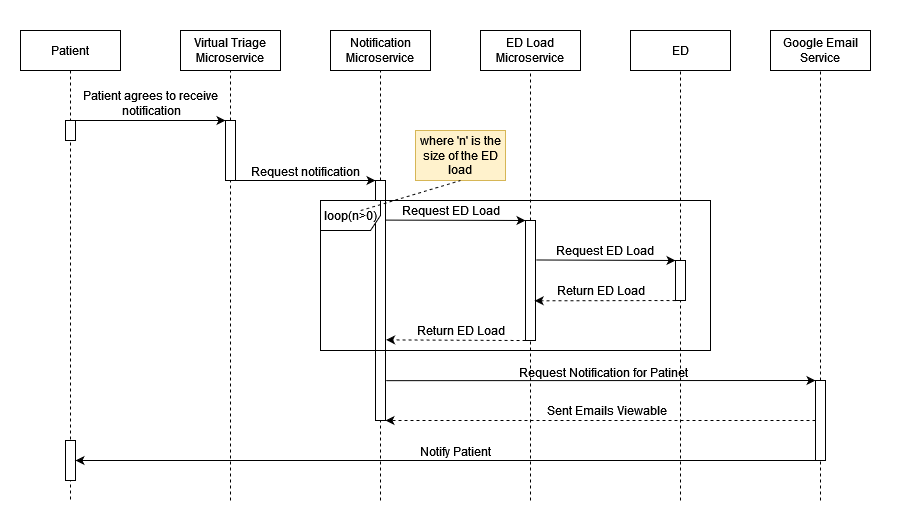
Earlier version of the draw.io export Assets/PatientNotificationSequenceDiagram.drawio.png (uvic-teach/project-m1-team9). Source tidied: cells renumbered, new cells last; positions are measured from the earlier drawing's top-left corner, leaving out a move shared by most shapes.
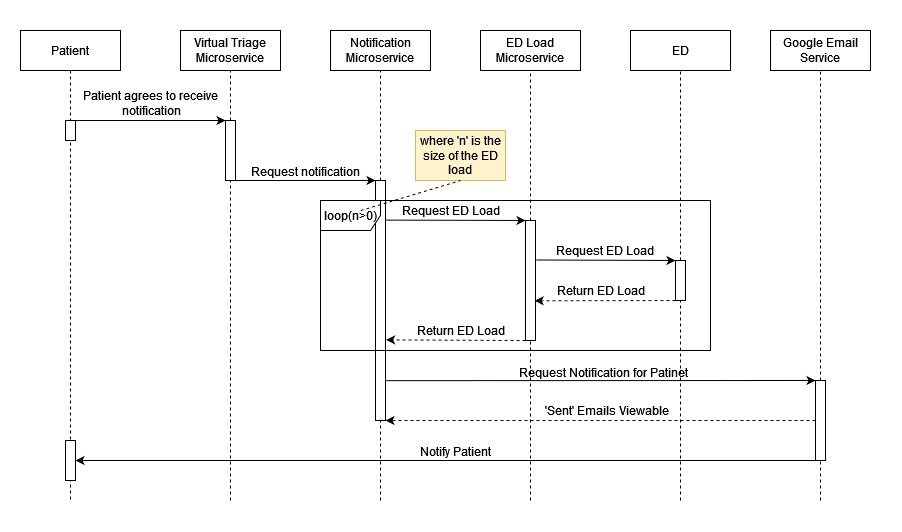
After the change.

Change to the diagram source:
```diff
@@ -132,8 +132,8 @@
     <mxCell id="41" value="Request Notification for Patinet" style="text;html=1;align=center;verticalAlign=middle;strokeColor=none;fillColor=none;" parent="1" vertex="1">
       <mxGeometry x="508" y="357" width="190" height="30" as="geometry" />
     </mxCell>
-    <mxCell id="42" value="Sent Emails Viewable" style="text;html=1;align=center;verticalAlign=middle;strokeColor=none;fillColor=none;" parent="1" vertex="1">
-      <mxGeometry x="536" y="395" width="140" height="30" as="geometry" />
+    <mxCell id="42" value="'Sent' Emails Viewable" style="text;html=1;align=center;verticalAlign=middle;strokeColor=none;fillColor=none;" parent="1" vertex="1">
+      <mxGeometry x="531" y="395" width="150" height="30" as="geometry" />
     </mxCell>
     <mxCell id="43" value="Notify Patient" style="text;html=1;align=center;verticalAlign=middle;strokeColor=none;fillColor=none;" parent="1" vertex="1">
       <mxGeometry x="410" y="436" width="90" height="30" as="geometry" />
```
